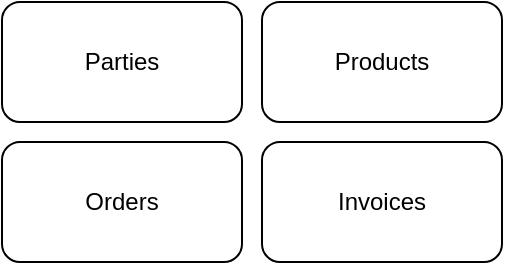
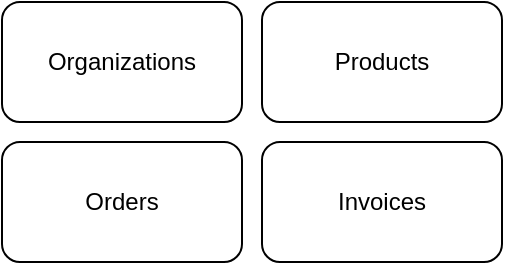
<mxfile host="app.diagrams.net" pages="2">
  <diagram name="ERP" id="1dGozrZbbg-b1558PS68">
    <mxGraphModel dx="673" dy="391" grid="1" gridSize="10" guides="1" tooltips="1" connect="1" arrows="1" fold="1" page="1" pageScale="1" pageWidth="850" pageHeight="1100" math="0" shadow="0">
      <root>
        <mxCell id="0" />
        <mxCell id="1" parent="0" />
-         <mxCell id="Cu73C0accCHV96dUy6MK-1" parent="1" style="rounded=1;whiteSpace=wrap;html=1;" value="Parties" vertex="1">
+         <mxCell id="Cu73C0accCHV96dUy6MK-1" parent="1" style="rounded=1;whiteSpace=wrap;html=1;" value="Organizations" vertex="1">
          <mxGeometry height="60" width="120" x="260" y="210" as="geometry" />
        </mxCell>
        <mxCell id="Cu73C0accCHV96dUy6MK-2" parent="1" style="rounded=1;whiteSpace=wrap;html=1;" value="Orders" vertex="1">
          <mxGeometry height="60" width="120" x="260" y="280" as="geometry" />
        </mxCell>
        <mxCell id="Cu73C0accCHV96dUy6MK-3" parent="1" style="rounded=1;whiteSpace=wrap;html=1;" value="Products" vertex="1">
          <mxGeometry height="60" width="120" x="390" y="210" as="geometry" />
        </mxCell>
        <mxCell id="Cu73C0accCHV96dUy6MK-4" parent="1" style="rounded=1;whiteSpace=wrap;html=1;" value="Invoices" vertex="1">
          <mxGeometry height="60" width="120" x="390" y="280" as="geometry" />
        </mxCell>
      </root>
    </mxGraphModel>
  </diagram>
  <diagram id="zFk7fF187ZyAKbubGscW" name="Parties">
    <mxGraphModel dx="3875" dy="2363" grid="1" gridSize="10" guides="1" tooltips="1" connect="1" arrows="1" fold="1" page="1" pageScale="1" pageWidth="850" pageHeight="1100" math="0" shadow="0">
      <root>
        <mxCell id="0" />
        <mxCell id="1" parent="0" />
        <mxCell id="RsXIA-GkZSuqD9qvixf9-38" edge="1" parent="1" source="RsXIA-GkZSuqD9qvixf9-27" style="edgeStyle=orthogonalEdgeStyle;rounded=0;orthogonalLoop=1;jettySize=auto;html=1;endArrow=ERone;endFill=0;startArrow=ERzeroToMany;startFill=0;" target="PULm32-483bZ5G5xLR3R-1">
          <mxGeometry relative="1" as="geometry">
            <mxPoint x="570" y="200" as="targetPoint" />
          </mxGeometry>
        </mxCell>
        <mxCell id="PULm32-483bZ5G5xLR3R-1" parent="1" style="swimlane;fontStyle=0;childLayout=stackLayout;horizontal=1;startSize=26;fillColor=none;horizontalStack=0;resizeParent=1;resizeParentMax=0;resizeLast=0;collapsible=1;marginBottom=0;whiteSpace=wrap;html=1;" value="Parties" vertex="1">
          <mxGeometry height="78" width="180" x="340" y="30" as="geometry" />
        </mxCell>
        <mxCell id="PULm32-483bZ5G5xLR3R-2" parent="PULm32-483bZ5G5xLR3R-1" style="text;strokeColor=none;fillColor=none;align=left;verticalAlign=top;spacingLeft=4;spacingRight=4;overflow=hidden;rotatable=0;points=[[0,0.5],[1,0.5]];portConstraint=eastwest;whiteSpace=wrap;html=1;" value="# Id: guid" vertex="1">
          <mxGeometry height="26" width="180" y="26" as="geometry" />
        </mxCell>
        <mxCell id="PULm32-483bZ5G5xLR3R-3" parent="PULm32-483bZ5G5xLR3R-1" style="text;strokeColor=none;fillColor=none;align=left;verticalAlign=top;spacingLeft=4;spacingRight=4;overflow=hidden;rotatable=0;points=[[0,0.5],[1,0.5]];portConstraint=eastwest;whiteSpace=wrap;html=1;" value="o Description: string(300)" vertex="1">
          <mxGeometry height="26" width="180" y="52" as="geometry" />
        </mxCell>
        <mxCell id="RsXIA-GkZSuqD9qvixf9-4" edge="1" parent="1" source="PULm32-483bZ5G5xLR3R-5" style="edgeStyle=orthogonalEdgeStyle;rounded=0;orthogonalLoop=1;jettySize=auto;html=1;endArrow=ERone;endFill=0;startArrow=ERoneToMany;startFill=0;" target="PULm32-483bZ5G5xLR3R-1">
          <mxGeometry relative="1" as="geometry" />
        </mxCell>
        <mxCell id="PULm32-483bZ5G5xLR3R-5" parent="1" style="swimlane;fontStyle=0;childLayout=stackLayout;horizontal=1;startSize=26;fillColor=none;horizontalStack=0;resizeParent=1;resizeParentMax=0;resizeLast=0;collapsible=1;marginBottom=0;whiteSpace=wrap;html=1;" value="PartyRoles" vertex="1">
          <mxGeometry height="130" width="170" x="80" y="4" as="geometry" />
        </mxCell>
        <mxCell id="PULm32-483bZ5G5xLR3R-6" parent="PULm32-483bZ5G5xLR3R-5" style="text;strokeColor=none;fillColor=none;align=left;verticalAlign=top;spacingLeft=4;spacingRight=4;overflow=hidden;rotatable=0;points=[[0,0.5],[1,0.5]];portConstraint=eastwest;whiteSpace=wrap;html=1;" value="# Id: guid" vertex="1">
          <mxGeometry height="26" width="170" y="26" as="geometry" />
        </mxCell>
        <mxCell id="PULm32-483bZ5G5xLR3R-7" parent="PULm32-483bZ5G5xLR3R-5" style="text;strokeColor=none;fillColor=none;align=left;verticalAlign=top;spacingLeft=4;spacingRight=4;overflow=hidden;rotatable=0;points=[[0,0.5],[1,0.5]];portConstraint=eastwest;whiteSpace=wrap;html=1;" value="* Description: string(300)" vertex="1">
          <mxGeometry height="26" width="170" y="52" as="geometry" />
        </mxCell>
        <mxCell id="RsXIA-GkZSuqD9qvixf9-2" parent="PULm32-483bZ5G5xLR3R-5" style="text;strokeColor=none;fillColor=none;align=left;verticalAlign=top;spacingLeft=4;spacingRight=4;overflow=hidden;rotatable=0;points=[[0,0.5],[1,0.5]];portConstraint=eastwest;whiteSpace=wrap;html=1;" value="* EffectiveDate: DateOnly" vertex="1">
          <mxGeometry height="26" width="170" y="78" as="geometry" />
        </mxCell>
        <mxCell id="RsXIA-GkZSuqD9qvixf9-3" parent="PULm32-483bZ5G5xLR3R-5" style="text;strokeColor=none;fillColor=none;align=left;verticalAlign=top;spacingLeft=4;spacingRight=4;overflow=hidden;rotatable=0;points=[[0,0.5],[1,0.5]];portConstraint=eastwest;whiteSpace=wrap;html=1;" value="* ExpiryDate: DateOnly" vertex="1">
          <mxGeometry height="26" width="170" y="104" as="geometry" />
        </mxCell>
        <mxCell id="PULm32-483bZ5G5xLR3R-12" edge="1" parent="1" source="PULm32-483bZ5G5xLR3R-9" style="edgeStyle=orthogonalEdgeStyle;rounded=0;orthogonalLoop=1;jettySize=auto;html=1;endArrow=ERzeroToMany;endFill=0;startArrow=ERone;startFill=0;" target="PULm32-483bZ5G5xLR3R-5">
          <mxGeometry relative="1" as="geometry" />
        </mxCell>
        <mxCell id="PULm32-483bZ5G5xLR3R-9" parent="1" style="swimlane;fontStyle=0;childLayout=stackLayout;horizontal=1;startSize=26;fillColor=none;horizontalStack=0;resizeParent=1;resizeParentMax=0;resizeLast=0;collapsible=1;marginBottom=0;whiteSpace=wrap;html=1;" value="PartyRoleTypes" vertex="1">
          <mxGeometry height="78" width="170" x="-170" y="30" as="geometry" />
        </mxCell>
        <mxCell id="PULm32-483bZ5G5xLR3R-10" parent="PULm32-483bZ5G5xLR3R-9" style="text;strokeColor=none;fillColor=none;align=left;verticalAlign=top;spacingLeft=4;spacingRight=4;overflow=hidden;rotatable=0;points=[[0,0.5],[1,0.5]];portConstraint=eastwest;whiteSpace=wrap;html=1;" value="# Id: guid" vertex="1">
          <mxGeometry height="26" width="170" y="26" as="geometry" />
        </mxCell>
        <mxCell id="PULm32-483bZ5G5xLR3R-11" parent="PULm32-483bZ5G5xLR3R-9" style="text;strokeColor=none;fillColor=none;align=left;verticalAlign=top;spacingLeft=4;spacingRight=4;overflow=hidden;rotatable=0;points=[[0,0.5],[1,0.5]];portConstraint=eastwest;whiteSpace=wrap;html=1;" value="* Code: string(50)" vertex="1">
          <mxGeometry height="26" width="170" y="52" as="geometry" />
        </mxCell>
        <mxCell id="RsXIA-GkZSuqD9qvixf9-1" edge="1" parent="1" source="n5bHQcU1tqpc8jvGUDYd-1" style="rounded=0;orthogonalLoop=1;jettySize=auto;html=1;endArrow=none;endFill=0;dashed=1;" target="PULm32-483bZ5G5xLR3R-9">
          <mxGeometry relative="1" as="geometry" />
        </mxCell>
        <mxCell id="n5bHQcU1tqpc8jvGUDYd-1" parent="1" style="text;html=1;whiteSpace=wrap;overflow=hidden;rounded=0;" value="&lt;h1 style=&quot;margin-top: 0px;&quot;&gt;Nursing Home Roles&lt;/h1&gt;&lt;li data-section-id=&quot;rs22er&quot; data-start=&quot;983&quot; data-end=&quot;998&quot;&gt;Administrator&lt;span aria-hidden=&quot;true&quot; class=&quot;PDq2pG_selectionAnchor&quot;&gt;&lt;/span&gt;&lt;br&gt;&lt;/li&gt;&lt;li data-section-id=&quot;1n7flta&quot; data-start=&quot;999&quot; data-end=&quot;1013&quot;&gt;&lt;br&gt;Care Manager&lt;br&gt;&lt;/li&gt;&lt;li data-section-id=&quot;16vik3b&quot; data-start=&quot;1014&quot; data-end=&quot;1021&quot;&gt;&lt;br&gt;Nurse&lt;br&gt;&lt;/li&gt;&lt;li data-section-id=&quot;19c0t82&quot; data-start=&quot;1022&quot; data-end=&quot;1033&quot;&gt;&lt;br&gt;Caregiver&lt;br&gt;&lt;/li&gt;&lt;li data-section-id=&quot;128ccwm&quot; data-start=&quot;1034&quot; data-end=&quot;1045&quot;&gt;&lt;br&gt;Physician&lt;br&gt;&lt;/li&gt;&lt;li data-section-id=&quot;q8vo76&quot; data-start=&quot;1046&quot; data-end=&quot;1058&quot;&gt;&lt;br&gt;Pharmacist&lt;br&gt;&lt;/li&gt;&lt;li data-section-id=&quot;frve7j&quot; data-start=&quot;1059&quot; data-end=&quot;1070&quot;&gt;&lt;br&gt;Dietitian&lt;br&gt;&lt;/li&gt;&lt;li data-section-id=&quot;1dv9aig&quot; data-start=&quot;1071&quot; data-end=&quot;1090&quot;&gt;&lt;br&gt;&lt;strong data-start=&quot;1073&quot; data-end=&quot;1090&quot;&gt;Kitchen Staff&lt;/strong&gt;&lt;br&gt;&lt;/li&gt;&lt;li data-section-id=&quot;1tk1rm9&quot; data-start=&quot;1091&quot; data-end=&quot;1115&quot;&gt;&lt;br&gt;&lt;strong data-start=&quot;1093&quot; data-end=&quot;1115&quot;&gt;Housekeeping Staff&lt;/strong&gt;&lt;br&gt;&lt;/li&gt;&lt;li data-section-id=&quot;1vzqzr3&quot; data-start=&quot;1116&quot; data-end=&quot;1151&quot;&gt;&lt;br&gt;Maintenance Staff (ช่างซ่อมบำรุง)&lt;br&gt;&lt;/li&gt;&lt;li data-section-id=&quot;c3lr10&quot; data-start=&quot;1152&quot; data-end=&quot;1183&quot;&gt;&lt;br&gt;Laundry Staff (พนักงานซักรีด)&lt;br&gt;&lt;/li&gt;&lt;li data-section-id=&quot;137qxep&quot; data-start=&quot;1184&quot; data-end=&quot;1215&quot;&gt;&lt;br&gt;Receptionist (พนักงานต้อนรับ)&lt;/li&gt;&lt;p&gt;Patient&lt;br&gt;&lt;/p&gt;&lt;li data-section-id=&quot;1t4zfl2&quot; data-start=&quot;1216&quot; data-end=&quot;1262&quot;&gt;Security Guard (เจ้าหน้าที่รักษาความปลอดภัย)&lt;/li&gt;&lt;p&gt;&lt;span style=&quot;background-color: transparent; color: light-dark(rgb(0, 0, 0), rgb(255, 255, 255));&quot;&gt;&lt;br&gt;&lt;/span&gt;&lt;/p&gt;" vertex="1">
          <mxGeometry height="449" width="280" x="-640" y="-279" as="geometry" />
        </mxCell>
        <mxCell id="RsXIA-GkZSuqD9qvixf9-8" edge="1" parent="1" source="RsXIA-GkZSuqD9qvixf9-5" style="edgeStyle=orthogonalEdgeStyle;rounded=0;orthogonalLoop=1;jettySize=auto;html=1;endArrow=block;endFill=0;" target="PULm32-483bZ5G5xLR3R-1">
          <mxGeometry relative="1" as="geometry" />
        </mxCell>
        <mxCell id="RsXIA-GkZSuqD9qvixf9-5" parent="1" style="swimlane;fontStyle=0;childLayout=stackLayout;horizontal=1;startSize=26;fillColor=none;horizontalStack=0;resizeParent=1;resizeParentMax=0;resizeLast=0;collapsible=1;marginBottom=0;whiteSpace=wrap;html=1;" value="People" vertex="1">
          <mxGeometry height="104" width="180" x="220" y="230" as="geometry" />
        </mxCell>
        <mxCell id="RsXIA-GkZSuqD9qvixf9-6" parent="RsXIA-GkZSuqD9qvixf9-5" style="text;strokeColor=none;fillColor=none;align=left;verticalAlign=top;spacingLeft=4;spacingRight=4;overflow=hidden;rotatable=0;points=[[0,0.5],[1,0.5]];portConstraint=eastwest;whiteSpace=wrap;html=1;" value="# Id: guid" vertex="1">
          <mxGeometry height="26" width="180" y="26" as="geometry" />
        </mxCell>
        <mxCell id="RsXIA-GkZSuqD9qvixf9-7" parent="RsXIA-GkZSuqD9qvixf9-5" style="text;strokeColor=none;fillColor=none;align=left;verticalAlign=top;spacingLeft=4;spacingRight=4;overflow=hidden;rotatable=0;points=[[0,0.5],[1,0.5]];portConstraint=eastwest;whiteSpace=wrap;html=1;" value="o DateOfBirth : DateOnly" vertex="1">
          <mxGeometry height="26" width="180" y="52" as="geometry" />
        </mxCell>
        <mxCell id="RsXIA-GkZSuqD9qvixf9-9" parent="RsXIA-GkZSuqD9qvixf9-5" style="text;strokeColor=none;fillColor=none;align=left;verticalAlign=top;spacingLeft=4;spacingRight=4;overflow=hidden;rotatable=0;points=[[0,0.5],[1,0.5]];portConstraint=eastwest;whiteSpace=wrap;html=1;" value="o Gender : string(5)" vertex="1">
          <mxGeometry height="26" width="180" y="78" as="geometry" />
        </mxCell>
        <mxCell id="RsXIA-GkZSuqD9qvixf9-14" edge="1" parent="1" source="RsXIA-GkZSuqD9qvixf9-10" style="edgeStyle=orthogonalEdgeStyle;rounded=0;orthogonalLoop=1;jettySize=auto;html=1;endArrow=ERone;endFill=0;startArrow=ERzeroToMany;startFill=0;" target="RsXIA-GkZSuqD9qvixf9-5">
          <mxGeometry relative="1" as="geometry" />
        </mxCell>
        <mxCell id="RsXIA-GkZSuqD9qvixf9-26" edge="1" parent="1" source="RsXIA-GkZSuqD9qvixf9-10" style="edgeStyle=orthogonalEdgeStyle;rounded=0;orthogonalLoop=1;jettySize=auto;html=1;endArrow=ERone;endFill=0;startArrow=ERzeroToMany;startFill=0;" target="RsXIA-GkZSuqD9qvixf9-18">
          <mxGeometry relative="1" as="geometry" />
        </mxCell>
        <mxCell id="RsXIA-GkZSuqD9qvixf9-10" parent="1" style="swimlane;fontStyle=0;childLayout=stackLayout;horizontal=1;startSize=26;fillColor=none;horizontalStack=0;resizeParent=1;resizeParentMax=0;resizeLast=0;collapsible=1;marginBottom=0;whiteSpace=wrap;html=1;" value="PersonNames" vertex="1">
          <mxGeometry height="182" width="180" x="-30" y="191" as="geometry" />
        </mxCell>
        <mxCell id="RsXIA-GkZSuqD9qvixf9-11" parent="RsXIA-GkZSuqD9qvixf9-10" style="text;strokeColor=none;fillColor=none;align=left;verticalAlign=top;spacingLeft=4;spacingRight=4;overflow=hidden;rotatable=0;points=[[0,0.5],[1,0.5]];portConstraint=eastwest;whiteSpace=wrap;html=1;" value="# Id: guid" vertex="1">
          <mxGeometry height="26" width="180" y="26" as="geometry" />
        </mxCell>
        <mxCell id="RsXIA-GkZSuqD9qvixf9-12" parent="RsXIA-GkZSuqD9qvixf9-10" style="text;strokeColor=none;fillColor=none;align=left;verticalAlign=top;spacingLeft=4;spacingRight=4;overflow=hidden;rotatable=0;points=[[0,0.5],[1,0.5]];portConstraint=eastwest;whiteSpace=wrap;html=1;" value="* FirstName : string (500)" vertex="1">
          <mxGeometry height="26" width="180" y="52" as="geometry" />
        </mxCell>
        <mxCell id="RsXIA-GkZSuqD9qvixf9-13" parent="RsXIA-GkZSuqD9qvixf9-10" style="text;strokeColor=none;fillColor=none;align=left;verticalAlign=top;spacingLeft=4;spacingRight=4;overflow=hidden;rotatable=0;points=[[0,0.5],[1,0.5]];portConstraint=eastwest;whiteSpace=wrap;html=1;" value="* LastName: string (500)" vertex="1">
          <mxGeometry height="26" width="180" y="78" as="geometry" />
        </mxCell>
        <mxCell id="RsXIA-GkZSuqD9qvixf9-15" parent="RsXIA-GkZSuqD9qvixf9-10" style="text;strokeColor=none;fillColor=none;align=left;verticalAlign=top;spacingLeft=4;spacingRight=4;overflow=hidden;rotatable=0;points=[[0,0.5],[1,0.5]];portConstraint=eastwest;whiteSpace=wrap;html=1;" value="o MidleName: string (500)" vertex="1">
          <mxGeometry height="26" width="180" y="104" as="geometry" />
        </mxCell>
        <mxCell id="RsXIA-GkZSuqD9qvixf9-16" parent="RsXIA-GkZSuqD9qvixf9-10" style="text;strokeColor=none;fillColor=none;align=left;verticalAlign=top;spacingLeft=4;spacingRight=4;overflow=hidden;rotatable=0;points=[[0,0.5],[1,0.5]];portConstraint=eastwest;whiteSpace=wrap;html=1;" value="* EffectiveDate: DateOnly" vertex="1">
          <mxGeometry height="26" width="180" y="130" as="geometry" />
        </mxCell>
        <mxCell id="RsXIA-GkZSuqD9qvixf9-17" parent="RsXIA-GkZSuqD9qvixf9-10" style="text;strokeColor=none;fillColor=none;align=left;verticalAlign=top;spacingLeft=4;spacingRight=4;overflow=hidden;rotatable=0;points=[[0,0.5],[1,0.5]];portConstraint=eastwest;whiteSpace=wrap;html=1;" value="* ExpiryDate: DateOnly" vertex="1">
          <mxGeometry height="26" width="180" y="156" as="geometry" />
        </mxCell>
        <mxCell id="RsXIA-GkZSuqD9qvixf9-18" parent="1" style="swimlane;fontStyle=0;childLayout=stackLayout;horizontal=1;startSize=26;fillColor=none;horizontalStack=0;resizeParent=1;resizeParentMax=0;resizeLast=0;collapsible=1;marginBottom=0;whiteSpace=wrap;html=1;" value="Languages" vertex="1">
          <mxGeometry height="78" width="180" x="-300" y="243" as="geometry" />
        </mxCell>
        <mxCell id="RsXIA-GkZSuqD9qvixf9-19" parent="RsXIA-GkZSuqD9qvixf9-18" style="text;strokeColor=none;fillColor=none;align=left;verticalAlign=top;spacingLeft=4;spacingRight=4;overflow=hidden;rotatable=0;points=[[0,0.5],[1,0.5]];portConstraint=eastwest;whiteSpace=wrap;html=1;" value="# Id: guid" vertex="1">
          <mxGeometry height="26" width="180" y="26" as="geometry" />
        </mxCell>
        <mxCell id="RsXIA-GkZSuqD9qvixf9-20" parent="RsXIA-GkZSuqD9qvixf9-18" style="text;strokeColor=none;fillColor=none;align=left;verticalAlign=top;spacingLeft=4;spacingRight=4;overflow=hidden;rotatable=0;points=[[0,0.5],[1,0.5]];portConstraint=eastwest;whiteSpace=wrap;html=1;" value="* Code: string (3)" vertex="1">
          <mxGeometry height="26" width="180" y="52" as="geometry" />
        </mxCell>
        <mxCell id="RsXIA-GkZSuqD9qvixf9-39" edge="1" parent="1" source="RsXIA-GkZSuqD9qvixf9-27" style="edgeStyle=orthogonalEdgeStyle;rounded=0;orthogonalLoop=1;jettySize=auto;html=1;endArrow=ERone;endFill=0;startArrow=ERzeroToMany;startFill=0;" target="RsXIA-GkZSuqD9qvixf9-35">
          <mxGeometry relative="1" as="geometry" />
        </mxCell>
        <mxCell id="RsXIA-GkZSuqD9qvixf9-27" parent="1" style="swimlane;fontStyle=0;childLayout=stackLayout;horizontal=1;startSize=26;fillColor=none;horizontalStack=0;resizeParent=1;resizeParentMax=0;resizeLast=0;collapsible=1;marginBottom=0;whiteSpace=wrap;html=1;" value="PartyIdentities" vertex="1">
          <mxGeometry height="130" width="180" x="760" y="4" as="geometry" />
        </mxCell>
        <mxCell id="RsXIA-GkZSuqD9qvixf9-28" parent="RsXIA-GkZSuqD9qvixf9-27" style="text;strokeColor=none;fillColor=none;align=left;verticalAlign=top;spacingLeft=4;spacingRight=4;overflow=hidden;rotatable=0;points=[[0,0.5],[1,0.5]];portConstraint=eastwest;whiteSpace=wrap;html=1;" value="# Id: guid" vertex="1">
          <mxGeometry height="26" width="180" y="26" as="geometry" />
        </mxCell>
        <mxCell id="RsXIA-GkZSuqD9qvixf9-77" parent="RsXIA-GkZSuqD9qvixf9-27" style="text;strokeColor=none;fillColor=none;align=left;verticalAlign=top;spacingLeft=4;spacingRight=4;overflow=hidden;rotatable=0;points=[[0,0.5],[1,0.5]];portConstraint=eastwest;whiteSpace=wrap;html=1;" value="* Value: string (30)" vertex="1">
          <mxGeometry height="26" width="180" y="52" as="geometry" />
        </mxCell>
        <mxCell id="RsXIA-GkZSuqD9qvixf9-32" parent="RsXIA-GkZSuqD9qvixf9-27" style="text;strokeColor=none;fillColor=none;align=left;verticalAlign=top;spacingLeft=4;spacingRight=4;overflow=hidden;rotatable=0;points=[[0,0.5],[1,0.5]];portConstraint=eastwest;whiteSpace=wrap;html=1;" value="* EffectiveDate: DateOnly" vertex="1">
          <mxGeometry height="26" width="180" y="78" as="geometry" />
        </mxCell>
        <mxCell id="RsXIA-GkZSuqD9qvixf9-33" parent="RsXIA-GkZSuqD9qvixf9-27" style="text;strokeColor=none;fillColor=none;align=left;verticalAlign=top;spacingLeft=4;spacingRight=4;overflow=hidden;rotatable=0;points=[[0,0.5],[1,0.5]];portConstraint=eastwest;whiteSpace=wrap;html=1;" value="* ExpiryDate: DateOnly" vertex="1">
          <mxGeometry height="26" width="180" y="104" as="geometry" />
        </mxCell>
        <mxCell id="RsXIA-GkZSuqD9qvixf9-42" edge="1" parent="1" source="RsXIA-GkZSuqD9qvixf9-35" style="rounded=0;orthogonalLoop=1;jettySize=auto;html=1;endArrow=none;endFill=0;dashed=1;" target="RsXIA-GkZSuqD9qvixf9-41">
          <mxGeometry relative="1" as="geometry" />
        </mxCell>
        <mxCell id="RsXIA-GkZSuqD9qvixf9-35" parent="1" style="swimlane;fontStyle=0;childLayout=stackLayout;horizontal=1;startSize=26;fillColor=none;horizontalStack=0;resizeParent=1;resizeParentMax=0;resizeLast=0;collapsible=1;marginBottom=0;whiteSpace=wrap;html=1;" value="PartyIdentityTypes" vertex="1">
          <mxGeometry height="78" width="150" x="1040" y="30" as="geometry" />
        </mxCell>
        <mxCell id="RsXIA-GkZSuqD9qvixf9-36" parent="RsXIA-GkZSuqD9qvixf9-35" style="text;strokeColor=none;fillColor=none;align=left;verticalAlign=top;spacingLeft=4;spacingRight=4;overflow=hidden;rotatable=0;points=[[0,0.5],[1,0.5]];portConstraint=eastwest;whiteSpace=wrap;html=1;" value="# Id: guid" vertex="1">
          <mxGeometry height="26" width="150" y="26" as="geometry" />
        </mxCell>
        <mxCell id="RsXIA-GkZSuqD9qvixf9-37" parent="RsXIA-GkZSuqD9qvixf9-35" style="text;strokeColor=none;fillColor=none;align=left;verticalAlign=top;spacingLeft=4;spacingRight=4;overflow=hidden;rotatable=0;points=[[0,0.5],[1,0.5]];portConstraint=eastwest;whiteSpace=wrap;html=1;" value="* Code: string(50)" vertex="1">
          <mxGeometry height="26" width="150" y="52" as="geometry" />
        </mxCell>
        <mxCell id="RsXIA-GkZSuqD9qvixf9-41" parent="1" style="text;html=1;whiteSpace=wrap;overflow=hidden;rounded=0;" value="&lt;h1 style=&quot;margin-top: 0px;&quot;&gt;Identity Types&lt;/h1&gt;&lt;p&gt;Citizen ID / Passport&lt;/p&gt;&lt;p&gt;License No&lt;/p&gt;&lt;p&gt;Tax Id&lt;/p&gt;&lt;p&gt;&lt;br&gt;&lt;/p&gt;" vertex="1">
          <mxGeometry height="120" width="180" x="1280" y="-40" as="geometry" />
        </mxCell>
        <mxCell id="RsXIA-GkZSuqD9qvixf9-43" parent="1" style="swimlane;fontStyle=0;childLayout=stackLayout;horizontal=1;startSize=26;fillColor=none;horizontalStack=0;resizeParent=1;resizeParentMax=0;resizeLast=0;collapsible=1;marginBottom=0;whiteSpace=wrap;html=1;" value="Countries" vertex="1">
          <mxGeometry height="78" width="180" x="770" y="-172" as="geometry" />
        </mxCell>
        <mxCell id="RsXIA-GkZSuqD9qvixf9-44" parent="RsXIA-GkZSuqD9qvixf9-43" style="text;strokeColor=none;fillColor=none;align=left;verticalAlign=top;spacingLeft=4;spacingRight=4;overflow=hidden;rotatable=0;points=[[0,0.5],[1,0.5]];portConstraint=eastwest;whiteSpace=wrap;html=1;" value="# Id: guid" vertex="1">
          <mxGeometry height="26" width="180" y="26" as="geometry" />
        </mxCell>
        <mxCell id="RsXIA-GkZSuqD9qvixf9-45" parent="RsXIA-GkZSuqD9qvixf9-43" style="text;strokeColor=none;fillColor=none;align=left;verticalAlign=top;spacingLeft=4;spacingRight=4;overflow=hidden;rotatable=0;points=[[0,0.5],[1,0.5]];portConstraint=eastwest;whiteSpace=wrap;html=1;" value="* Code: string (10)" vertex="1">
          <mxGeometry height="26" width="180" y="52" as="geometry" />
        </mxCell>
        <mxCell id="RsXIA-GkZSuqD9qvixf9-51" edge="1" parent="1" source="RsXIA-GkZSuqD9qvixf9-27" style="edgeStyle=orthogonalEdgeStyle;rounded=0;orthogonalLoop=1;jettySize=auto;html=1;endArrow=ERzeroToOne;endFill=0;startArrow=ERzeroToMany;startFill=0;" target="RsXIA-GkZSuqD9qvixf9-43">
          <mxGeometry relative="1" as="geometry">
            <Array as="points">
              <mxPoint x="870" y="-120" />
              <mxPoint x="870" y="-120" />
            </Array>
            <mxPoint x="960.0000000000005" y="-131" as="sourcePoint" />
            <mxPoint x="1090" y="-50" as="targetPoint" />
          </mxGeometry>
        </mxCell>
        <mxCell id="RsXIA-GkZSuqD9qvixf9-52" parent="1" style="swimlane;fontStyle=0;childLayout=stackLayout;horizontal=1;startSize=26;fillColor=none;horizontalStack=0;resizeParent=1;resizeParentMax=0;resizeLast=0;collapsible=1;marginBottom=0;whiteSpace=wrap;html=1;" value="Organizations" vertex="1">
          <mxGeometry height="78" width="180" x="515" y="230" as="geometry" />
        </mxCell>
        <mxCell id="RsXIA-GkZSuqD9qvixf9-53" parent="RsXIA-GkZSuqD9qvixf9-52" style="text;strokeColor=none;fillColor=none;align=left;verticalAlign=top;spacingLeft=4;spacingRight=4;overflow=hidden;rotatable=0;points=[[0,0.5],[1,0.5]];portConstraint=eastwest;whiteSpace=wrap;html=1;" value="# Id: guid" vertex="1">
          <mxGeometry height="26" width="180" y="26" as="geometry" />
        </mxCell>
        <mxCell id="RsXIA-GkZSuqD9qvixf9-54" parent="RsXIA-GkZSuqD9qvixf9-52" style="text;strokeColor=none;fillColor=none;align=left;verticalAlign=top;spacingLeft=4;spacingRight=4;overflow=hidden;rotatable=0;points=[[0,0.5],[1,0.5]];portConstraint=eastwest;whiteSpace=wrap;html=1;" value="* Name: string (200)" vertex="1">
          <mxGeometry height="26" width="180" y="52" as="geometry" />
        </mxCell>
        <mxCell id="RsXIA-GkZSuqD9qvixf9-56" edge="1" parent="1" source="RsXIA-GkZSuqD9qvixf9-52" style="edgeStyle=orthogonalEdgeStyle;rounded=0;orthogonalLoop=1;jettySize=auto;html=1;endArrow=block;endFill=0;" target="PULm32-483bZ5G5xLR3R-1">
          <mxGeometry relative="1" as="geometry">
            <Array as="points">
              <mxPoint x="605" y="169" />
              <mxPoint x="430" y="169" />
            </Array>
            <mxPoint x="580" y="282" as="sourcePoint" />
            <mxPoint x="700" y="160" as="targetPoint" />
          </mxGeometry>
        </mxCell>
        <mxCell id="RsXIA-GkZSuqD9qvixf9-57" parent="1" style="swimlane;fontStyle=0;childLayout=stackLayout;horizontal=1;startSize=26;fillColor=none;horizontalStack=0;resizeParent=1;resizeParentMax=0;resizeLast=0;collapsible=1;marginBottom=0;whiteSpace=wrap;html=1;" value="Titles" vertex="1">
          <mxGeometry height="78" width="180" x="310" y="-250" as="geometry" />
        </mxCell>
        <mxCell id="RsXIA-GkZSuqD9qvixf9-58" parent="RsXIA-GkZSuqD9qvixf9-57" style="text;strokeColor=none;fillColor=none;align=left;verticalAlign=top;spacingLeft=4;spacingRight=4;overflow=hidden;rotatable=0;points=[[0,0.5],[1,0.5]];portConstraint=eastwest;whiteSpace=wrap;html=1;" value="# Id: guid" vertex="1">
          <mxGeometry height="26" width="180" y="26" as="geometry" />
        </mxCell>
        <mxCell id="RsXIA-GkZSuqD9qvixf9-59" parent="RsXIA-GkZSuqD9qvixf9-57" style="text;strokeColor=none;fillColor=none;align=left;verticalAlign=top;spacingLeft=4;spacingRight=4;overflow=hidden;rotatable=0;points=[[0,0.5],[1,0.5]];portConstraint=eastwest;whiteSpace=wrap;html=1;" value="* Name: string(300)" vertex="1">
          <mxGeometry height="26" width="180" y="52" as="geometry" />
        </mxCell>
        <mxCell id="RsXIA-GkZSuqD9qvixf9-61" edge="1" parent="1" source="PULm32-483bZ5G5xLR3R-1" style="edgeStyle=orthogonalEdgeStyle;rounded=0;orthogonalLoop=1;jettySize=auto;html=1;endArrow=ERone;endFill=0;startArrow=ERzeroToMany;startFill=0;" target="RsXIA-GkZSuqD9qvixf9-57">
          <mxGeometry relative="1" as="geometry">
            <Array as="points">
              <mxPoint x="430" y="-200" />
              <mxPoint x="430" y="-200" />
            </Array>
            <mxPoint x="600" y="-40" as="sourcePoint" />
            <mxPoint x="690" y="-40" as="targetPoint" />
          </mxGeometry>
        </mxCell>
        <mxCell id="RsXIA-GkZSuqD9qvixf9-62" parent="1" style="swimlane;fontStyle=0;childLayout=stackLayout;horizontal=1;startSize=26;fillColor=none;horizontalStack=0;resizeParent=1;resizeParentMax=0;resizeLast=0;collapsible=1;marginBottom=0;whiteSpace=wrap;html=1;" value="LanguageTitles" vertex="1">
          <mxGeometry height="78" width="180" x="20" y="-250" as="geometry" />
        </mxCell>
        <mxCell id="RsXIA-GkZSuqD9qvixf9-63" parent="RsXIA-GkZSuqD9qvixf9-62" style="text;strokeColor=none;fillColor=none;align=left;verticalAlign=top;spacingLeft=4;spacingRight=4;overflow=hidden;rotatable=0;points=[[0,0.5],[1,0.5]];portConstraint=eastwest;whiteSpace=wrap;html=1;" value="# Id: guid" vertex="1">
          <mxGeometry height="26" width="180" y="26" as="geometry" />
        </mxCell>
        <mxCell id="RsXIA-GkZSuqD9qvixf9-64" parent="RsXIA-GkZSuqD9qvixf9-62" style="text;strokeColor=none;fillColor=none;align=left;verticalAlign=top;spacingLeft=4;spacingRight=4;overflow=hidden;rotatable=0;points=[[0,0.5],[1,0.5]];portConstraint=eastwest;whiteSpace=wrap;html=1;" value="* Name: string(300)" vertex="1">
          <mxGeometry height="26" width="180" y="52" as="geometry" />
        </mxCell>
        <mxCell id="RsXIA-GkZSuqD9qvixf9-66" edge="1" parent="1" source="RsXIA-GkZSuqD9qvixf9-62" style="edgeStyle=orthogonalEdgeStyle;rounded=0;orthogonalLoop=1;jettySize=auto;html=1;endArrow=ERone;endFill=0;startArrow=ERzeroToMany;startFill=0;" target="RsXIA-GkZSuqD9qvixf9-18">
          <mxGeometry relative="1" as="geometry">
            <mxPoint x="30" y="-140" as="sourcePoint" />
            <mxPoint x="-60" y="-140" as="targetPoint" />
          </mxGeometry>
        </mxCell>
        <mxCell id="RsXIA-GkZSuqD9qvixf9-67" edge="1" parent="1" source="RsXIA-GkZSuqD9qvixf9-62" style="edgeStyle=orthogonalEdgeStyle;rounded=0;orthogonalLoop=1;jettySize=auto;html=1;endArrow=ERone;endFill=0;startArrow=ERzeroToMany;startFill=0;" target="RsXIA-GkZSuqD9qvixf9-57">
          <mxGeometry relative="1" as="geometry">
            <Array as="points">
              <mxPoint x="270" y="-211" />
              <mxPoint x="390" y="-210" />
            </Array>
            <mxPoint x="260" y="26" as="sourcePoint" />
            <mxPoint x="260" y="-80" as="targetPoint" />
          </mxGeometry>
        </mxCell>
        <mxCell id="RsXIA-GkZSuqD9qvixf9-68" parent="1" style="swimlane;fontStyle=0;childLayout=stackLayout;horizontal=1;startSize=26;fillColor=none;horizontalStack=0;resizeParent=1;resizeParentMax=0;resizeLast=0;collapsible=1;marginBottom=0;whiteSpace=wrap;html=1;" value="PartyTypes" vertex="1">
          <mxGeometry height="78" width="170" x="525" y="-92" as="geometry" />
        </mxCell>
        <mxCell id="RsXIA-GkZSuqD9qvixf9-69" parent="RsXIA-GkZSuqD9qvixf9-68" style="text;strokeColor=none;fillColor=none;align=left;verticalAlign=top;spacingLeft=4;spacingRight=4;overflow=hidden;rotatable=0;points=[[0,0.5],[1,0.5]];portConstraint=eastwest;whiteSpace=wrap;html=1;" value="# Id: guid" vertex="1">
          <mxGeometry height="26" width="170" y="26" as="geometry" />
        </mxCell>
        <mxCell id="RsXIA-GkZSuqD9qvixf9-70" parent="RsXIA-GkZSuqD9qvixf9-68" style="text;strokeColor=none;fillColor=none;align=left;verticalAlign=top;spacingLeft=4;spacingRight=4;overflow=hidden;rotatable=0;points=[[0,0.5],[1,0.5]];portConstraint=eastwest;whiteSpace=wrap;html=1;" value="* Code: string(50)" vertex="1">
          <mxGeometry height="26" width="170" y="52" as="geometry" />
        </mxCell>
        <mxCell id="RsXIA-GkZSuqD9qvixf9-71" edge="1" parent="1" source="PULm32-483bZ5G5xLR3R-1" style="edgeStyle=orthogonalEdgeStyle;rounded=0;orthogonalLoop=1;jettySize=auto;html=1;endArrow=ERone;endFill=0;startArrow=ERzeroToMany;startFill=0;" target="RsXIA-GkZSuqD9qvixf9-68">
          <mxGeometry relative="1" as="geometry">
            <Array as="points">
              <mxPoint x="470" y="-40" />
            </Array>
            <mxPoint x="540" y="180" as="sourcePoint" />
            <mxPoint x="540" y="-9" as="targetPoint" />
          </mxGeometry>
        </mxCell>
        <mxCell id="RsXIA-GkZSuqD9qvixf9-72" edge="1" parent="1" source="RsXIA-GkZSuqD9qvixf9-57" style="edgeStyle=orthogonalEdgeStyle;rounded=0;orthogonalLoop=1;jettySize=auto;html=1;endArrow=ERone;endFill=0;startArrow=ERzeroToMany;startFill=0;" target="RsXIA-GkZSuqD9qvixf9-68">
          <mxGeometry relative="1" as="geometry">
            <Array as="points" />
            <mxPoint x="610" y="-150" as="sourcePoint" />
            <mxPoint x="665" y="-240" as="targetPoint" />
          </mxGeometry>
        </mxCell>
        <mxCell id="RsXIA-GkZSuqD9qvixf9-73" edge="1" parent="1" source="PULm32-483bZ5G5xLR3R-5" style="edgeStyle=orthogonalEdgeStyle;rounded=0;orthogonalLoop=1;jettySize=auto;html=1;endArrow=ERone;endFill=0;startArrow=ERzeroToMany;startFill=0;" target="RsXIA-GkZSuqD9qvixf9-68">
          <mxGeometry relative="1" as="geometry">
            <Array as="points">
              <mxPoint x="160" y="-70" />
            </Array>
            <mxPoint x="240" y="20" as="sourcePoint" />
            <mxPoint x="295" y="-50" as="targetPoint" />
          </mxGeometry>
        </mxCell>
        <mxCell id="RsXIA-GkZSuqD9qvixf9-74" parent="1" style="text;html=1;whiteSpace=wrap;overflow=hidden;rounded=0;" value="&lt;h1 style=&quot;margin-top: 0px;&quot;&gt;Organization Roles&lt;/h1&gt;&lt;li data-section-id=&quot;rs22er&quot; data-start=&quot;983&quot; data-end=&quot;998&quot;&gt;OrganizationType&lt;/li&gt;&lt;li data-section-id=&quot;rs22er&quot; data-start=&quot;983&quot; data-end=&quot;998&quot;&gt;----------------&lt;/li&gt;&lt;li data-section-id=&quot;rs22er&quot; data-start=&quot;983&quot; data-end=&quot;998&quot;&gt;NURSING_HOME&lt;/li&gt;&lt;li data-section-id=&quot;rs22er&quot; data-start=&quot;983&quot; data-end=&quot;998&quot;&gt;HOSPITAL&lt;/li&gt;&lt;li data-section-id=&quot;rs22er&quot; data-start=&quot;983&quot; data-end=&quot;998&quot;&gt;CLINIC&lt;/li&gt;&lt;li data-section-id=&quot;rs22er&quot; data-start=&quot;983&quot; data-end=&quot;998&quot;&gt;REHABILITATION_CENTER&lt;/li&gt;&lt;li data-section-id=&quot;rs22er&quot; data-start=&quot;983&quot; data-end=&quot;998&quot;&gt;HOME_CARE_AGENCY&lt;/li&gt;&lt;li data-section-id=&quot;rs22er&quot; data-start=&quot;983&quot; data-end=&quot;998&quot;&gt;HOSPICE&lt;/li&gt;&lt;li data-section-id=&quot;rs22er&quot; data-start=&quot;983&quot; data-end=&quot;998&quot;&gt;PHARMACY&lt;/li&gt;&lt;li data-section-id=&quot;rs22er&quot; data-start=&quot;983&quot; data-end=&quot;998&quot;&gt;LABORATORY&lt;/li&gt;&lt;li data-section-id=&quot;rs22er&quot; data-start=&quot;983&quot; data-end=&quot;998&quot;&gt;IMAGING_CENTER&lt;/li&gt;&lt;li data-section-id=&quot;rs22er&quot; data-start=&quot;983&quot; data-end=&quot;998&quot;&gt;EMS&lt;/li&gt;&lt;li data-section-id=&quot;rs22er&quot; data-start=&quot;983&quot; data-end=&quot;998&quot;&gt;INSURANCE_COMPANY&lt;/li&gt;&lt;li data-section-id=&quot;rs22er&quot; data-start=&quot;983&quot; data-end=&quot;998&quot;&gt;SUPPLIER&lt;/li&gt;&lt;li data-section-id=&quot;rs22er&quot; data-start=&quot;983&quot; data-end=&quot;998&quot;&gt;FOOD_SERVICE&lt;/li&gt;&lt;li data-section-id=&quot;rs22er&quot; data-start=&quot;983&quot; data-end=&quot;998&quot;&gt;LAUNDRY_SERVICE&lt;/li&gt;&lt;li data-section-id=&quot;rs22er&quot; data-start=&quot;983&quot; data-end=&quot;998&quot;&gt;CLEANING_SERVICE&lt;/li&gt;&lt;li data-section-id=&quot;rs22er&quot; data-start=&quot;983&quot; data-end=&quot;998&quot;&gt;TRANSPORTATION_PROVIDER&lt;/li&gt;&lt;li data-section-id=&quot;rs22er&quot; data-start=&quot;983&quot; data-end=&quot;998&quot;&gt;GOVERNMENT_AGENCY&lt;/li&gt;&lt;li data-section-id=&quot;rs22er&quot; data-start=&quot;983&quot; data-end=&quot;998&quot;&gt;NON_PROFIT&lt;/li&gt;&lt;li data-section-id=&quot;rs22er&quot; data-start=&quot;983&quot; data-end=&quot;998&quot;&gt;OTHER&lt;/li&gt;&lt;p&gt;&lt;span style=&quot;background-color: transparent; color: light-dark(rgb(0, 0, 0), rgb(255, 255, 255));&quot;&gt;&lt;br&gt;&lt;/span&gt;&lt;/p&gt;" vertex="1">
          <mxGeometry height="379" width="280" x="-930" y="-279" as="geometry" />
        </mxCell>
      </root>
    </mxGraphModel>
  </diagram>
</mxfile>
